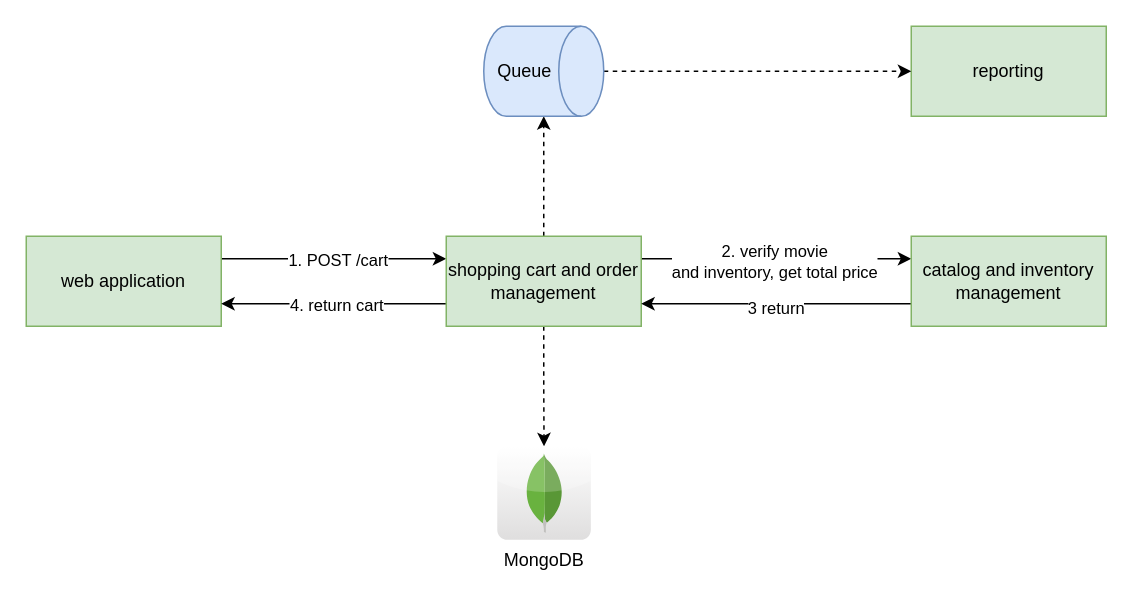
This is workflows/add_to_shopping_cart.drawio from movies-albrains/.github, a draw.io file, before an edit. Source tidied: cells renumbered, new cells numbered last; positions are measured from the earlier drawing's top-left corner, leaving out a move shared by most shapes. Both pictures are drawn from the tidied source at 150%, with x=0, y=0 at pixel (26, 26).
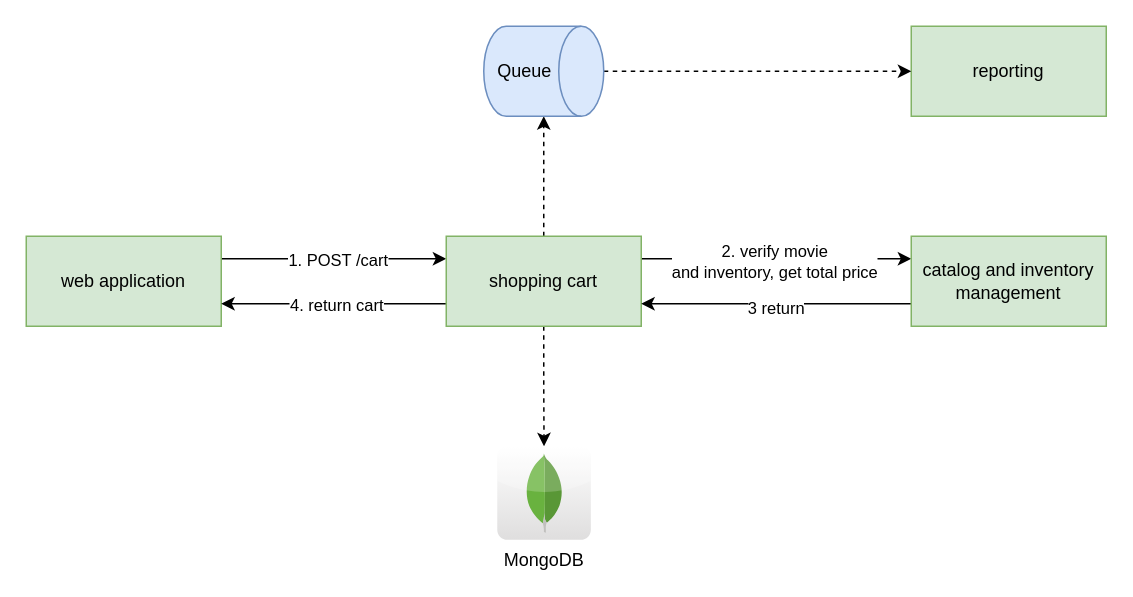
After the change.

Commit message (it also covers changes not shown here):
Mettre à jour add_to_shopping_cart.drawio

The edit, as a diff of the source:
```diff
@@
 <mxGraphModel>
   <root>
     <mxCell id="0" />
     <mxCell id="1" parent="0" />
     <mxCell id="2" style="edgeStyle=orthogonalEdgeStyle;rounded=0;jettySize=auto;html=1;exitX=1;exitY=0.25;exitDx=0;exitDy=0;entryX=0;entryY=0.25;entryDx=0;entryDy=0;" parent="1" edge="1" source="4" target="11">
       <mxGeometry relative="1" as="geometry" />
     </mxCell>
     <mxCell id="3" value="1. POST /cart" style="edgeLabel;html=1;align=center;verticalAlign=middle;" parent="2" vertex="1">
       <mxGeometry x="0.03" relative="1" as="geometry" />
     </mxCell>
     <mxCell id="4" value="web application" style="rounded=0;whiteSpace=wrap;html=1;fillColor=#d5e8d4;strokeColor=#82b366;" parent="1" vertex="1">
       <mxGeometry y="140" width="130" height="60" as="geometry" />
     </mxCell>
     <mxCell id="5" style="edgeStyle=orthogonalEdgeStyle;rounded=0;jettySize=auto;html=1;exitX=1;exitY=0.25;exitDx=0;exitDy=0;entryX=0;entryY=0.25;entryDx=0;entryDy=0;" parent="1" edge="1" source="11" target="14">
       <mxGeometry relative="1" as="geometry" />
     </mxCell>
     <mxCell id="6" value="&lt;div&gt;2. verify movie&lt;/div&gt;&lt;div&gt;and inventory, get total price&lt;br&gt;&lt;/div&gt;" style="edgeLabel;html=1;align=center;verticalAlign=middle;" parent="5" vertex="1">
       <mxGeometry x="-0.02" y="-1" relative="1" as="geometry" />
     </mxCell>
     <mxCell id="7" style="edgeStyle=orthogonalEdgeStyle;rounded=0;jettySize=auto;html=1;exitX=0;exitY=0.75;exitDx=0;exitDy=0;entryX=1;entryY=0.75;entryDx=0;entryDy=0;" parent="1" edge="1" source="11" target="4">
       <mxGeometry relative="1" as="geometry" />
     </mxCell>
     <mxCell id="8" value="4. return cart" style="edgeLabel;html=1;align=center;verticalAlign=middle;" parent="7" vertex="1">
       <mxGeometry x="-0.01" relative="1" as="geometry" />
     </mxCell>
     <mxCell id="9" style="edgeStyle=orthogonalEdgeStyle;rounded=0;jettySize=auto;html=1;dashed=1;" parent="1" edge="1" source="11" target="17">
       <mxGeometry relative="1" as="geometry" />
     </mxCell>
     <mxCell id="10" style="edgeStyle=orthogonalEdgeStyle;rounded=0;jettySize=auto;html=1;dashed=1;" parent="1" edge="1" source="11" target="18">
       <mxGeometry relative="1" as="geometry" />
     </mxCell>
-    <mxCell id="11" value="shopping cart and order management" style="rounded=0;whiteSpace=wrap;html=1;fillColor=#d5e8d4;strokeColor=#82b366;" parent="1" vertex="1">
+    <mxCell id="11" value="shopping cart" style="rounded=0;whiteSpace=wrap;html=1;fillColor=#d5e8d4;strokeColor=#82b366;" parent="1" vertex="1">
       <mxGeometry x="280" y="140" width="130" height="60" as="geometry" />
     </mxCell>
     <mxCell id="12" style="edgeStyle=orthogonalEdgeStyle;rounded=0;jettySize=auto;html=1;exitX=0;exitY=0.75;exitDx=0;exitDy=0;entryX=1;entryY=0.75;entryDx=0;entryDy=0;" parent="1" edge="1" source="14" target="11">
       <mxGeometry relative="1" as="geometry" />
     </mxCell>
     <mxCell id="13" value="3 return" style="edgeLabel;html=1;align=center;verticalAlign=middle;" parent="12" vertex="1">
       <mxGeometry x="0.01" y="2" relative="1" as="geometry" />
     </mxCell>
     <mxCell id="14" value="catalog and inventory management" style="rounded=0;whiteSpace=wrap;html=1;fillColor=#d5e8d4;strokeColor=#82b366;" parent="1" vertex="1">
       <mxGeometry x="590" y="140" width="130" height="60" as="geometry" />
     </mxCell>
     <mxCell id="15" value="reporting" style="rounded=0;whiteSpace=wrap;html=1;fillColor=#d5e8d4;strokeColor=#82b366;" parent="1" vertex="1">
       <mxGeometry x="590" width="130" height="60" as="geometry" />
     </mxCell>
     <mxCell id="16" style="edgeStyle=orthogonalEdgeStyle;rounded=0;jettySize=auto;html=1;exitX=0.5;exitY=0;exitDx=0;exitDy=0;exitPerimeter=0;entryX=0;entryY=0.5;entryDx=0;entryDy=0;dashed=1;" parent="1" edge="1" source="17" target="15">
       <mxGeometry relative="1" as="geometry" />
     </mxCell>
     <mxCell id="17" value="Queue" style="shape=cylinder3;whiteSpace=wrap;html=1;boundedLbl=1;backgroundOutline=1;size=15;direction=south;fillColor=#dae8fc;strokeColor=#6c8ebf;" parent="1" vertex="1">
       <mxGeometry x="305" width="80" height="60" as="geometry" />
     </mxCell>
     <mxCell id="18" value="MongoDB" style="dashed=0;outlineConnect=0;html=1;align=center;labelPosition=center;verticalLabelPosition=bottom;verticalAlign=top;shape=mxgraph.webicons.mongodb;gradientColor=#DFDEDE;" parent="1" vertex="1">
       <mxGeometry x="314" y="280" width="62.4" height="62.4" as="geometry" />
     </mxCell>
   </root>
 </mxGraphModel>
```
